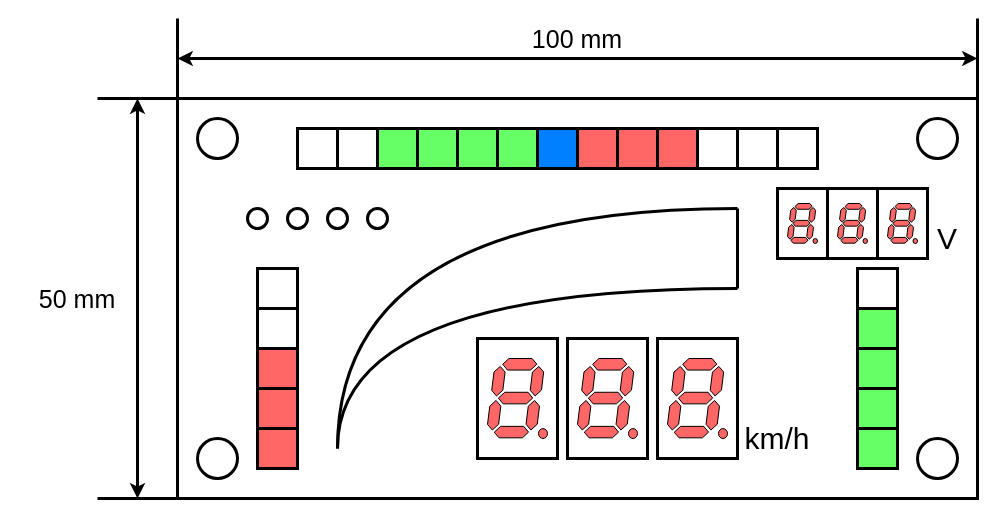
The draw.io diagram designdocs/ui-design.drawio in ST04-tkmr/FET-PCB-meter, before the edit. Source tidied: cells renumbered, new cells numbered last; positions are measured from the earlier drawing's top-left corner, leaving out a move shared by most shapes. Both pictures are drawn from the tidied source at 100%, with x=0, y=0 at pixel (17, 18).
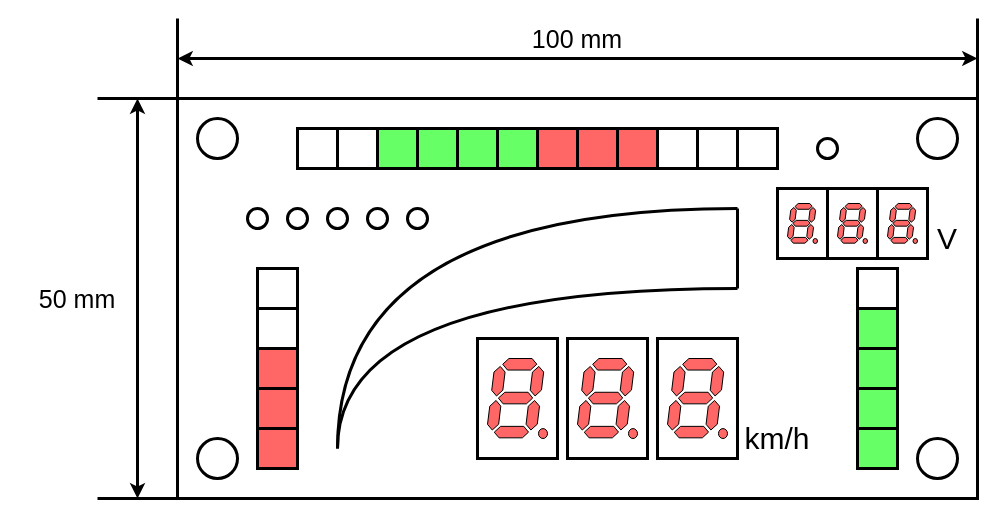
Above is the later version.

Change to the diagram source:
```diff
@@
     <mxCell id="18" style="rounded=0;whiteSpace=wrap;html=1;strokeWidth=3;" parent="1" vertex="1">
-      <mxGeometry x="280" y="110" width="520" height="40" as="geometry" />
+      <mxGeometry x="280" y="110" width="480" height="40" as="geometry" />
     </mxCell>
@@
-    <mxCell id="42" style="rounded=0;whiteSpace=wrap;html=1;fillColor=#007FFF;strokeWidth=3;" parent="1" vertex="1">
-      <mxGeometry x="520" y="110" width="40" height="40" as="geometry" />
-    </mxCell>
     <mxCell id="43" style="rounded=0;whiteSpace=wrap;html=1;fillColor=#FF6666;strokeWidth=3;" parent="1" vertex="1">
-      <mxGeometry x="560" y="110" width="120" height="40" as="geometry" />
+      <mxGeometry x="520" y="110" width="120" height="40" as="geometry" />
     </mxCell>
@@
     <mxCell id="55" style="endArrow=none;html=1;rounded=0;strokeWidth=3;" parent="1" edge="1">
       <mxGeometry relative="1" as="geometry">
-        <mxPoint x="600" y="150" as="sourcePoint" />
-        <mxPoint x="600" y="110" as="targetPoint" />
+        <mxPoint x="560" y="150" as="sourcePoint" />
+        <mxPoint x="560" y="110" as="targetPoint" />
       </mxGeometry>
     </mxCell>
     <mxCell id="56" style="endArrow=none;html=1;rounded=0;strokeWidth=3;" parent="1" edge="1">
       <mxGeometry relative="1" as="geometry">
-        <mxPoint x="640" y="150" as="sourcePoint" />
-        <mxPoint x="640" y="110" as="targetPoint" />
+        <mxPoint x="600" y="150" as="sourcePoint" />
+        <mxPoint x="600" y="110" as="targetPoint" />
       </mxGeometry>
     </mxCell>
@@
-    <mxCell id="58" style="endArrow=none;html=1;rounded=0;strokeWidth=3;" parent="1" edge="1">
-      <mxGeometry relative="1" as="geometry">
-        <mxPoint x="760" y="150" as="sourcePoint" />
-        <mxPoint x="760" y="110" as="targetPoint" />
-      </mxGeometry>
-    </mxCell>
+    <mxCell id="59" style="ellipse;whiteSpace=wrap;html=1;fillColor=none;strokeWidth=3;" parent="1" vertex="1">
+      <mxGeometry x="390" y="190" width="20" height="20" as="geometry" />
+    </mxCell>
+    <mxCell id="60" style="endArrow=none;html=1;rounded=0;strokeWidth=3;" parent="1" edge="1">
+      <mxGeometry relative="1" as="geometry">
+        <mxPoint x="680" y="150" as="sourcePoint" />
+        <mxPoint x="680" y="110" as="targetPoint" />
+      </mxGeometry>
+    </mxCell>
+    <mxCell id="61" style="ellipse;whiteSpace=wrap;html=1;fillColor=none;strokeWidth=3;" parent="1" vertex="1">
+      <mxGeometry x="800" y="120" width="20" height="20" as="geometry" />
+    </mxCell>
```
